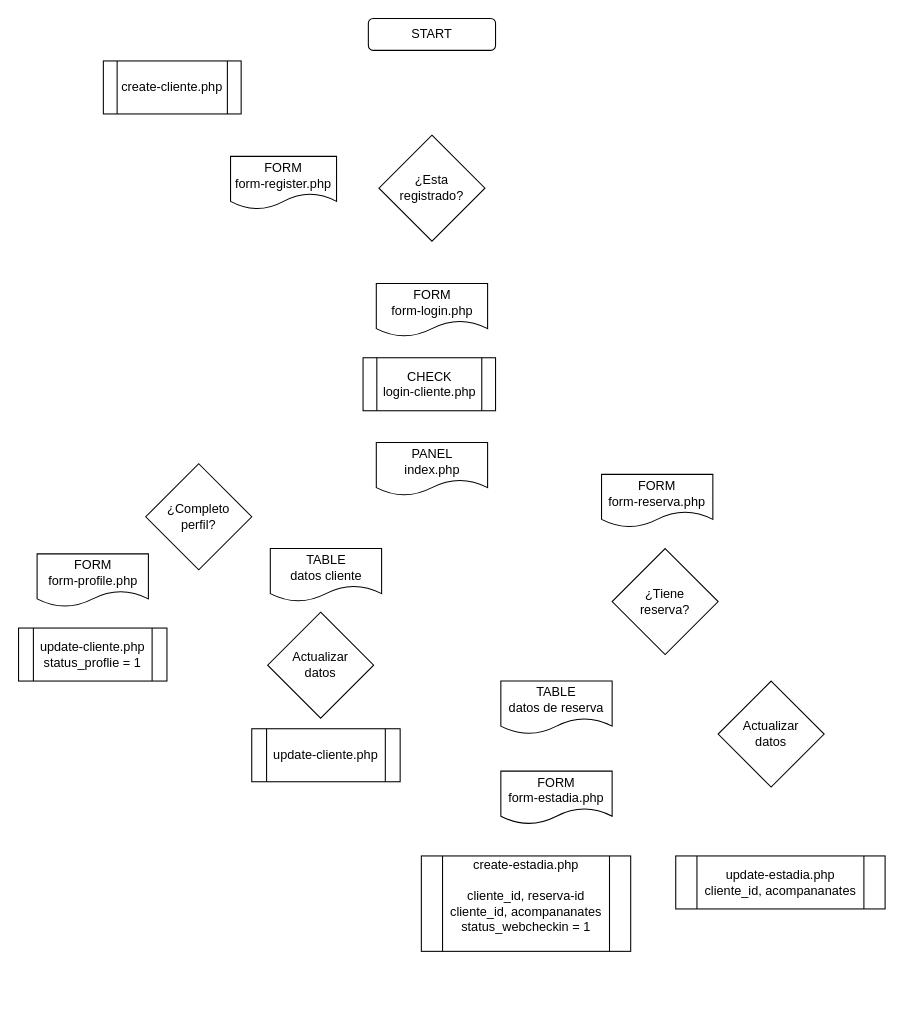
The draw.io diagram page "Algoritmo Front End" (2 of 6) of web-checkin/hotel-web-checkin.drawio in danielo101/db-diagrams, before the edit. Source tidied: cells renumbered, new cells numbered last; positions are measured from the earlier drawing's top-left corner, leaving out a move shared by most shapes. Both pictures are drawn from the tidied source at 106%, with x=0, y=0 at pixel (18, 18).
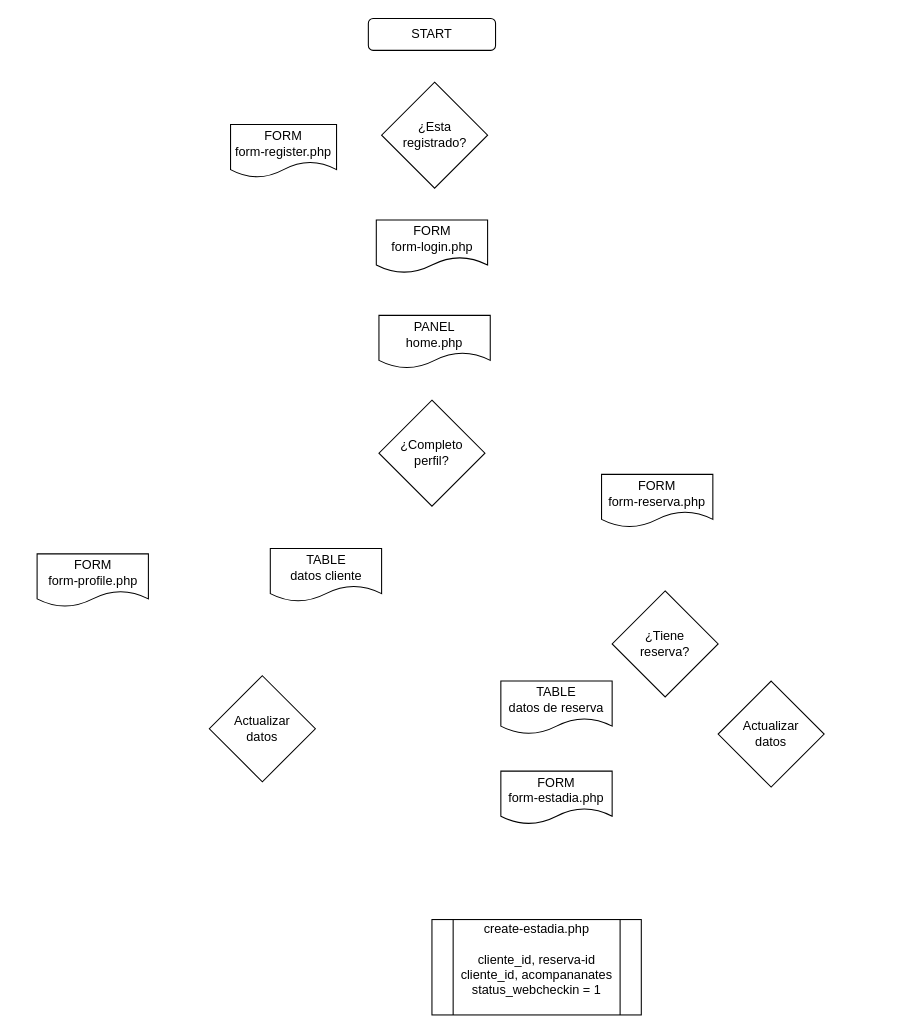
The same page after the edit.

What changed in the source:
```diff
@@
     <mxCell id="3" value="&lt;div&gt;¿Esta &lt;br&gt;&lt;/div&gt;&lt;div&gt;registrado?&lt;br&gt;&lt;/div&gt;" style="rhombus;whiteSpace=wrap;html=1;" parent="1" vertex="1">
-      <mxGeometry x="340" y="110" width="100" height="100" as="geometry" />
+      <mxGeometry x="342.5" y="60" width="100" height="100" as="geometry" />
     </mxCell>
     <mxCell id="4" value="&lt;div&gt;FORM&lt;br&gt;&lt;/div&gt;&lt;div&gt;form-register.php&lt;br&gt;&lt;/div&gt;" style="shape=document;whiteSpace=wrap;html=1;boundedLbl=1;" parent="1" vertex="1">
-      <mxGeometry x="200" y="130" width="100" height="50" as="geometry" />
+      <mxGeometry x="200" y="100" width="100" height="50" as="geometry" />
     </mxCell>
     <mxCell id="5" value="&lt;div&gt;FORM&lt;br&gt;&lt;/div&gt;&lt;div&gt;form-login.php&lt;br&gt;&lt;/div&gt;" style="shape=document;whiteSpace=wrap;html=1;boundedLbl=1;" parent="1" vertex="1">
-      <mxGeometry x="337.5" y="250" width="105" height="50" as="geometry" />
+      <mxGeometry x="337.5" y="190" width="105" height="50" as="geometry" />
     </mxCell>
-    <mxCell id="6" value="&lt;div&gt;create-cliente.php&lt;/div&gt;" style="shape=process;whiteSpace=wrap;html=1;backgroundOutline=1;" parent="1" vertex="1">
-      <mxGeometry x="80" y="40" width="130" height="50" as="geometry" />
-    </mxCell>
-    <mxCell id="7" value="&lt;div&gt;CHECK&lt;br&gt;&lt;/div&gt;&lt;div&gt;login-cliente.php&lt;/div&gt;" style="shape=process;whiteSpace=wrap;html=1;backgroundOutline=1;" parent="1" vertex="1">
-      <mxGeometry x="325" y="320" width="125" height="50" as="geometry" />
-    </mxCell>
-    <mxCell id="8" value="&lt;div&gt;PANEL&lt;br&gt;&lt;/div&gt;&lt;div&gt;index.php&lt;br&gt;&lt;/div&gt;" style="shape=document;whiteSpace=wrap;html=1;boundedLbl=1;" parent="1" vertex="1">
-      <mxGeometry x="337.5" y="400" width="105" height="50" as="geometry" />
+    <mxCell id="8" value="&lt;div&gt;PANEL&lt;br&gt;&lt;/div&gt;&lt;div&gt;home.php&lt;br&gt;&lt;/div&gt;" style="shape=document;whiteSpace=wrap;html=1;boundedLbl=1;" parent="1" vertex="1">
+      <mxGeometry x="340" y="280" width="105" height="50" as="geometry" />
     </mxCell>
     <mxCell id="9" value="&lt;div&gt;¿Completo&lt;/div&gt;&lt;div&gt;perfil?&lt;br&gt;&lt;/div&gt;" style="rhombus;whiteSpace=wrap;html=1;" parent="1" vertex="1">
-      <mxGeometry x="120" y="420" width="100" height="100" as="geometry" />
+      <mxGeometry x="340" y="360" width="100" height="100" as="geometry" />
     </mxCell>
@@
-    <mxCell id="11" value="&lt;div&gt;update-cliente.php&lt;/div&gt;" style="shape=process;whiteSpace=wrap;html=1;backgroundOutline=1;" parent="1" vertex="1">
-      <mxGeometry x="220" y="670" width="140" height="50" as="geometry" />
-    </mxCell>
     <mxCell id="12" value="&lt;div&gt;¿Tiene&lt;/div&gt;&lt;div&gt;reserva?&lt;br&gt;&lt;/div&gt;" style="rhombus;whiteSpace=wrap;html=1;" parent="1" vertex="1">
-      <mxGeometry x="560" y="500" width="100" height="100" as="geometry" />
+      <mxGeometry x="560" y="540" width="100" height="100" as="geometry" />
     </mxCell>
@@
     <mxCell id="15" value="&lt;div&gt;create-estadia.php&lt;/div&gt;&lt;div&gt;&lt;br&gt;&lt;/div&gt;&lt;div&gt;cliente_id, reserva-id&lt;/div&gt;&lt;div&gt;cliente_id, acompananates&lt;br&gt;&lt;/div&gt;&lt;div&gt;status_webcheckin = 1&lt;/div&gt;&lt;div&gt;&lt;br&gt;&lt;/div&gt;" style="shape=process;whiteSpace=wrap;html=1;backgroundOutline=1;" parent="1" vertex="1">
-      <mxGeometry x="380" y="790" width="197.5" height="90" as="geometry" />
+      <mxGeometry x="390" y="850" width="197.5" height="90" as="geometry" />
     </mxCell>
-    <mxCell id="16" value="&lt;div&gt;update-cliente.php&lt;/div&gt;&lt;div&gt;status_proflie = 1&lt;/div&gt;" style="shape=process;whiteSpace=wrap;html=1;backgroundOutline=1;" parent="1" vertex="1">
-      <mxGeometry y="575" width="140" height="50" as="geometry" />
-    </mxCell>
     <mxCell id="17" value="&lt;div&gt;Actualizar&lt;/div&gt;&lt;div&gt;datos&lt;br&gt;&lt;/div&gt;" style="rhombus;whiteSpace=wrap;html=1;" parent="1" vertex="1">
-      <mxGeometry x="235" y="560" width="100" height="100" as="geometry" />
+      <mxGeometry x="180" y="620" width="100" height="100" as="geometry" />
     </mxCell>
@@
-    <mxCell id="19" value="&lt;div&gt;update-estadia.php&lt;/div&gt;&lt;div&gt;cliente_id, acompananates&lt;/div&gt;" style="shape=process;whiteSpace=wrap;html=1;backgroundOutline=1;" parent="1" vertex="1">
-      <mxGeometry x="620" y="790" width="197.5" height="50" as="geometry" />
-    </mxCell>
```
